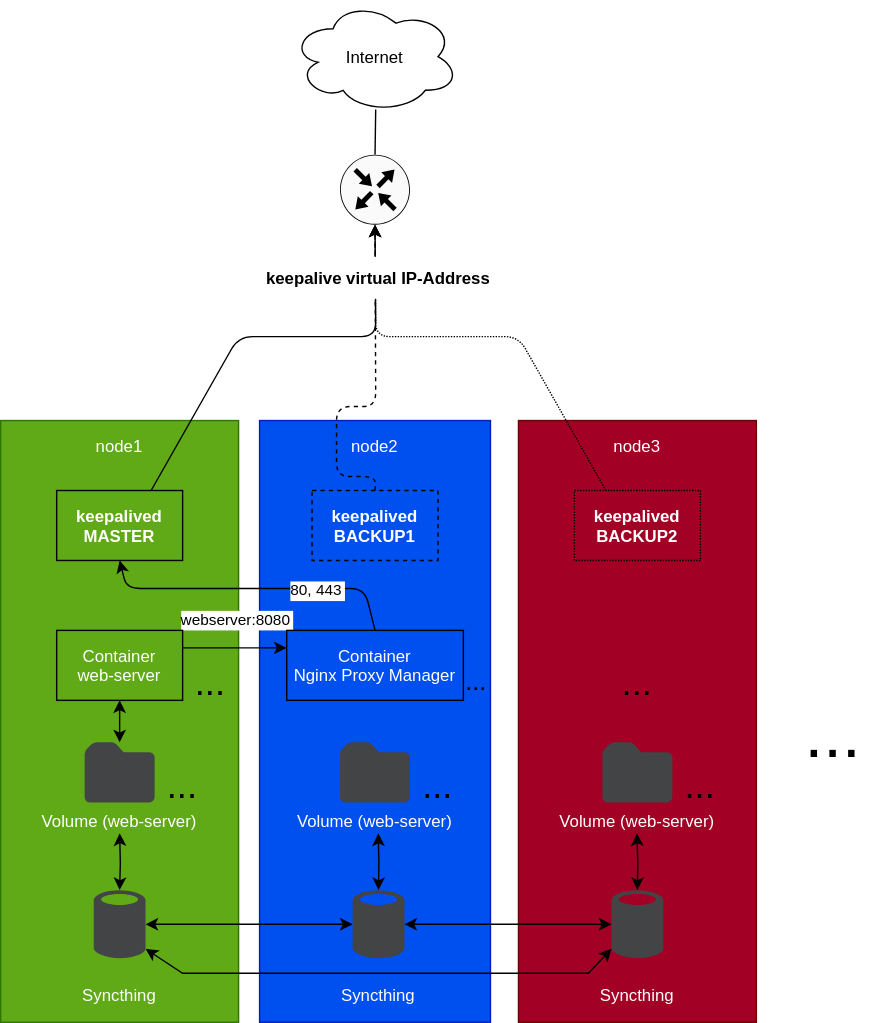
The draw.io diagram pictures/topology.svg in SuitDeer/SwarmPilot, before a commit. Source tidied: cells renumbered, new cells last; positions are measured from the earlier drawing's top-left corner, leaving out a move shared by most shapes.
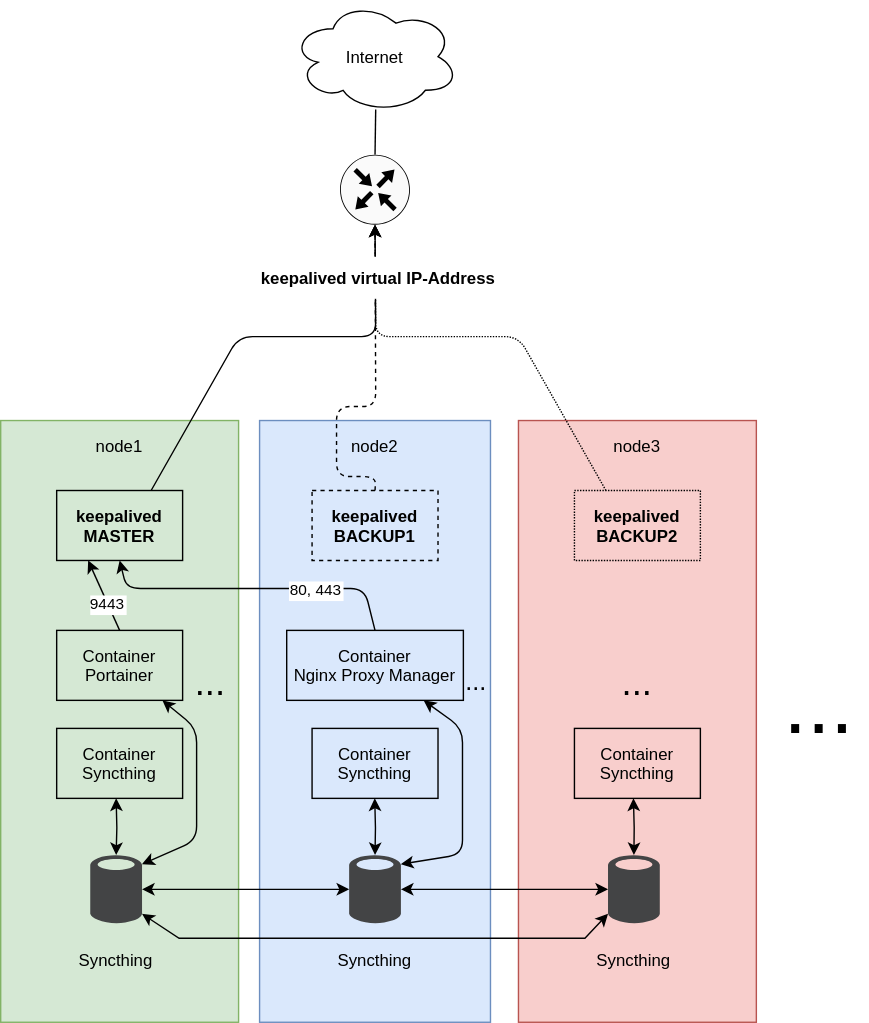
After the commit.

Change to the diagram source:
```diff
@@ -8,51 +8,36 @@
     <mxCell id="3" style="edgeStyle=none;entryX=0.504;entryY=0.971;entryDx=0;entryDy=0;entryPerimeter=0;endArrow=none;endFill=0;exitX=0.5;exitY=0;exitDx=0;exitDy=0;exitPerimeter=0;" parent="1" edge="1" source="38" target="2">
       <mxGeometry relative="1" as="geometry" />
     </mxCell>
-    <mxCell id="4" value="node1" style="rounded=0;fillColor=#60a917;strokeColor=#2D7600;fontColor=#ffffff;verticalAlign=top;spacingTop=5;" parent="1" vertex="1">
+    <mxCell id="4" value="node1" style="rounded=0;fillColor=#d5e8d4;strokeColor=#82b366;verticalAlign=top;spacingTop=5;fontColor=#000000;" parent="1" vertex="1">
       <mxGeometry y="300" width="170" height="430" as="geometry" />
     </mxCell>
-    <mxCell id="5" value="node2" style="rounded=0;verticalAlign=top;fillColor=#0050ef;fontColor=#ffffff;strokeColor=#001DBC;spacingTop=5;" parent="1" vertex="1">
+    <mxCell id="5" value="node2" style="rounded=0;verticalAlign=top;fillColor=#dae8fc;strokeColor=#6c8ebf;spacingTop=5;fontColor=#000000;" parent="1" vertex="1">
       <mxGeometry x="185" y="300" width="165" height="430" as="geometry" />
     </mxCell>
-    <mxCell id="6" value="node3" style="rounded=0;fillColor=#a20025;strokeColor=#6F0000;fontColor=#ffffff;verticalAlign=top;spacingTop=5;" parent="1" vertex="1">
+    <mxCell id="6" value="node3" style="rounded=0;fillColor=#f8cecc;strokeColor=#b85450;verticalAlign=top;spacingTop=5;fontColor=#000000;" parent="1" vertex="1">
       <mxGeometry x="370" y="300" width="170" height="430" as="geometry" />
     </mxCell>
-    <mxCell id="7" style="edgeStyle=entityRelationEdgeStyle;exitX=1;exitY=0.25;exitDx=0;exitDy=0;entryX=0;entryY=0.25;entryDx=0;entryDy=0;fontColor=#000000;startArrow=none;startFill=0;endArrow=classic;endFill=1;strokeColor=#000000;" parent="1" edge="1" source="9" target="13">
+    <mxCell id="7" style="exitX=0.5;exitY=0;exitDx=0;exitDy=0;entryX=0.25;entryY=1;entryDx=0;entryDy=0;fontColor=#000000;startArrow=none;startFill=0;endArrow=classic;endFill=1;strokeColor=#000000;" parent="1" edge="1" source="9" target="32">
       <mxGeometry relative="1" as="geometry" />
     </mxCell>
-    <mxCell id="8" value="webserver:8080" style="edgeLabel;align=center;verticalAlign=middle;fontColor=#000000;" parent="7" vertex="1">
+    <mxCell id="8" value="9443" style="edgeLabel;align=center;verticalAlign=middle;fontColor=#000000;" parent="7" vertex="1">
       <mxGeometry relative="1" as="geometry">
-        <mxPoint y="-21" as="offset" />
+        <mxPoint x="2" y="5" as="offset" />
       </mxGeometry>
     </mxCell>
-    <mxCell id="9" value="Container&#10;web-server" style="rounded=0;verticalAlign=middle;fontColor=#ffffff;fillColor=none;" parent="1" vertex="1">
+    <mxCell id="9" value="Container&#10;Portainer" style="rounded=0;verticalAlign=middle;fontColor=#000000;fillColor=none;" parent="1" vertex="1">
       <mxGeometry x="40" y="450" width="90" height="50" as="geometry" />
     </mxCell>
-    <mxCell id="10" style="edgeStyle=none;entryX=0.5;entryY=1;entryDx=0;entryDy=0;startArrow=classic;startFill=1;endArrow=classic;endFill=1;" parent="1" edge="1" source="11" target="9">
-      <mxGeometry relative="1" as="geometry" />
-    </mxCell>
-    <mxCell id="11" value="Volume (web-server)" style="shadow=0;dashed=0;strokeColor=none;labelPosition=center;verticalLabelPosition=bottom;verticalAlign=top;align=center;shape=mxgraph.mscae.enterprise.folder;fillColor=#434445;fontColor=#FFFFFF;" parent="1" vertex="1">
-      <mxGeometry x="60" y="530" width="50" height="43" as="geometry" />
-    </mxCell>
-    <mxCell id="12" value="..." style="text;strokeColor=none;fillColor=none;align=center;verticalAlign=middle;rounded=0;labelBackgroundColor=none;fontSize=26;" parent="1" vertex="1">
-      <mxGeometry x="110" y="543" width="40" height="30" as="geometry" />
-    </mxCell>
-    <mxCell id="13" value="Container&#10;Nginx Proxy Manager" style="rounded=0;verticalAlign=middle;fontColor=#ffffff;fillColor=none;" parent="1" vertex="1">
+    <mxCell id="13" value="Container&#10;Nginx Proxy Manager" style="rounded=0;verticalAlign=middle;fontColor=#000000;fillColor=none;" parent="1" vertex="1">
       <mxGeometry x="204.4" y="450" width="126.2" height="50" as="geometry" />
     </mxCell>
-    <mxCell id="14" value="Volume (web-server)" style="shadow=0;dashed=0;strokeColor=none;labelPosition=center;verticalLabelPosition=bottom;verticalAlign=top;align=center;shape=mxgraph.mscae.enterprise.folder;fillColor=#434445;fontColor=#FFFFFF;" parent="1" vertex="1">
-      <mxGeometry x="242.5" y="530" width="50" height="43" as="geometry" />
-    </mxCell>
-    <mxCell id="15" value="..." style="text;strokeColor=none;fillColor=none;align=center;verticalAlign=middle;rounded=0;labelBackgroundColor=none;fontSize=26;" parent="1" vertex="1">
-      <mxGeometry x="292.5" y="543" width="40" height="30" as="geometry" />
-    </mxCell>
-    <mxCell id="16" value="..." style="text;strokeColor=none;fillColor=none;align=center;verticalAlign=middle;rounded=0;labelBackgroundColor=none;fontSize=26;" parent="1" vertex="1">
+    <mxCell id="16" value="..." style="text;strokeColor=none;fillColor=none;align=center;verticalAlign=middle;rounded=0;labelBackgroundColor=none;fontSize=26;fontColor=#000000;" parent="1" vertex="1">
       <mxGeometry x="130" y="470" width="40" height="30" as="geometry" />
     </mxCell>
-    <mxCell id="17" value="..." style="text;strokeColor=none;fillColor=none;align=center;verticalAlign=middle;rounded=0;labelBackgroundColor=none;fontSize=18;" parent="1" vertex="1">
+    <mxCell id="17" value="..." style="text;strokeColor=none;fillColor=none;align=center;verticalAlign=middle;rounded=0;labelBackgroundColor=none;fontSize=18;fontColor=#000000;" parent="1" vertex="1">
       <mxGeometry x="320" y="470" width="40" height="30" as="geometry" />
     </mxCell>
-    <mxCell id="18" style="endArrow=classic;fontColor=#FFFFFF;strokeColor=#000000;exitX=0.5;exitY=0;exitDx=0;exitDy=0;rounded=1;jumpStyle=arc;entryX=0.5;entryY=1;entryDx=0;entryDy=0;" parent="1" edge="1" source="13" target="32">
+    <mxCell id="18" style="endArrow=classic;fontColor=#000000;strokeColor=#000000;exitX=0.5;exitY=0;exitDx=0;exitDy=0;rounded=1;jumpStyle=arc;entryX=0.5;entryY=1;entryDx=0;entryDy=0;" parent="1" edge="1" source="13" target="32">
       <mxGeometry relative="1" as="geometry">
         <Array as="points">
           <mxPoint x="260" y="420" />
@@ -60,65 +45,59 @@
         </Array>
       </mxGeometry>
     </mxCell>
-    <mxCell id="19" value="80, 443" style="edgeLabel;align=center;verticalAlign=middle;labelBackgroundColor=default;" parent="18" vertex="1">
+    <mxCell id="19" value="80, 443" style="edgeLabel;align=center;verticalAlign=middle;labelBackgroundColor=default;fontColor=#000000;" parent="18" vertex="1">
       <mxGeometry x="0.62" y="3" relative="1" as="geometry">
         <mxPoint x="113" y="-3" as="offset" />
       </mxGeometry>
     </mxCell>
-    <mxCell id="20" style="rounded=0;entryX=0;entryY=0.5;entryDx=0;entryDy=0;startArrow=classic;startFill=1;endArrow=classic;endFill=1;exitX=1;exitY=0.5;exitDx=0;exitDy=0;exitPerimeter=0;entryPerimeter=0;" parent="1" edge="1" source="29" target="31">
+    <mxCell id="20" style="rounded=0;entryX=0;entryY=0.5;entryDx=0;entryDy=0;startArrow=classic;startFill=1;endArrow=classic;endFill=1;exitX=1;exitY=0.5;exitDx=0;exitDy=0;exitPerimeter=0;entryPerimeter=0;fontColor=#000000;" parent="1" edge="1" source="29" target="31">
       <mxGeometry relative="1" as="geometry" />
     </mxCell>
-    <mxCell id="21" style="rounded=0;entryX=0;entryY=0.5;entryDx=0;entryDy=0;startArrow=classic;startFill=1;endArrow=classic;endFill=1;exitX=1;exitY=0.5;exitDx=0;exitDy=0;exitPerimeter=0;entryPerimeter=0;" parent="1" edge="1" source="30" target="29">
+    <mxCell id="21" style="rounded=0;entryX=0;entryY=0.5;entryDx=0;entryDy=0;startArrow=classic;startFill=1;endArrow=classic;endFill=1;exitX=1;exitY=0.5;exitDx=0;exitDy=0;exitPerimeter=0;entryPerimeter=0;fontColor=#000000;" parent="1" edge="1" source="30" target="29">
       <mxGeometry relative="1" as="geometry" />
     </mxCell>
-    <mxCell id="22" value="Volume (web-server)" style="shadow=0;dashed=0;strokeColor=none;labelPosition=center;verticalLabelPosition=bottom;verticalAlign=top;align=center;shape=mxgraph.mscae.enterprise.folder;fillColor=#434445;fontColor=#FFFFFF;" parent="1" vertex="1">
-      <mxGeometry x="430" y="530" width="50" height="43" as="geometry" />
-    </mxCell>
-    <mxCell id="23" value="..." style="text;strokeColor=none;fillColor=none;align=center;verticalAlign=middle;rounded=0;labelBackgroundColor=none;fontSize=26;" parent="1" vertex="1">
+    <mxCell id="23" value="..." style="text;strokeColor=none;fillColor=none;align=center;verticalAlign=middle;rounded=0;labelBackgroundColor=none;fontSize=26;fontColor=#000000;" parent="1" vertex="1">
       <mxGeometry x="435" y="470" width="40" height="30" as="geometry" />
     </mxCell>
-    <mxCell id="24" value="..." style="text;strokeColor=none;fillColor=none;align=center;verticalAlign=middle;rounded=0;labelBackgroundColor=none;fontSize=26;" parent="1" vertex="1">
-      <mxGeometry x="480" y="543" width="40" height="30" as="geometry" />
-    </mxCell>
-    <mxCell id="25" style="edgeStyle=orthogonalEdgeStyle;rounded=0;jettySize=auto;html=1;entryX=0.5;entryY=0.01;entryDx=0;entryDy=0;entryPerimeter=0;startArrow=classic;startFill=1;" parent="1" edge="1" target="30">
+    <mxCell id="25" style="edgeStyle=orthogonalEdgeStyle;rounded=0;jettySize=auto;html=1;entryX=0.5;entryY=0.01;entryDx=0;entryDy=0;entryPerimeter=0;startArrow=classic;startFill=1;fontColor=#000000;" parent="1" edge="1" target="30">
       <mxGeometry relative="1" as="geometry">
-        <mxPoint x="85" y="595" as="sourcePoint" />
+        <mxPoint x="82.5" y="570" as="sourcePoint" />
       </mxGeometry>
     </mxCell>
-    <mxCell id="26" style="rounded=0;entryX=0;entryY=0.85;entryDx=0;entryDy=0;startArrow=classic;startFill=1;endArrow=classic;endFill=1;exitX=1;exitY=0.85;exitDx=0;exitDy=0;exitPerimeter=0;entryPerimeter=0;jumpStyle=none;" parent="1" edge="1" source="30" target="31">
+    <mxCell id="26" style="rounded=0;entryX=0;entryY=0.85;entryDx=0;entryDy=0;startArrow=classic;startFill=1;endArrow=classic;endFill=1;exitX=1;exitY=0.85;exitDx=0;exitDy=0;exitPerimeter=0;entryPerimeter=0;jumpStyle=none;fontColor=#000000;" parent="1" edge="1" source="30" target="31">
       <mxGeometry relative="1" as="geometry">
         <Array as="points">
-          <mxPoint x="130" y="695" />
-          <mxPoint x="420" y="695" />
+          <mxPoint x="127.5" y="670" />
+          <mxPoint x="417.5" y="670" />
         </Array>
       </mxGeometry>
     </mxCell>
-    <mxCell id="27" style="edgeStyle=orthogonalEdgeStyle;rounded=0;jettySize=auto;html=1;entryX=0.5;entryY=0.01;entryDx=0;entryDy=0;entryPerimeter=0;startArrow=classic;startFill=1;" parent="1" edge="1" target="29">
+    <mxCell id="27" style="edgeStyle=orthogonalEdgeStyle;rounded=0;jettySize=auto;html=1;entryX=0.5;entryY=0.01;entryDx=0;entryDy=0;entryPerimeter=0;startArrow=classic;startFill=1;fontColor=#000000;" parent="1" edge="1" target="29">
       <mxGeometry relative="1" as="geometry">
-        <mxPoint x="269.8" y="595" as="sourcePoint" />
+        <mxPoint x="267.3" y="570" as="sourcePoint" />
       </mxGeometry>
     </mxCell>
-    <mxCell id="28" style="edgeStyle=orthogonalEdgeStyle;rounded=0;jettySize=auto;html=1;entryX=0.5;entryY=0.01;entryDx=0;entryDy=0;entryPerimeter=0;startArrow=classic;startFill=1;" parent="1" edge="1" target="31">
+    <mxCell id="28" style="edgeStyle=orthogonalEdgeStyle;rounded=0;jettySize=auto;html=1;entryX=0.5;entryY=0.01;entryDx=0;entryDy=0;entryPerimeter=0;startArrow=classic;startFill=1;fontColor=#000000;" parent="1" edge="1" target="31">
       <mxGeometry relative="1" as="geometry">
-        <mxPoint x="454.7" y="595" as="sourcePoint" />
+        <mxPoint x="452.2" y="570" as="sourcePoint" />
       </mxGeometry>
     </mxCell>
-    <mxCell id="29" value="Syncthing" style="shadow=0;dashed=0;strokeColor=none;labelPosition=center;verticalLabelPosition=bottom;verticalAlign=middle;align=center;shape=mxgraph.mscae.enterprise.database_generic;fillColor=#434445;fontColor=#FFFFFF;" parent="1" vertex="1">
-      <mxGeometry x="251.5" y="635" width="37" height="50" as="geometry" />
+    <mxCell id="29" value="Syncthing" style="shadow=0;dashed=0;strokeColor=none;labelPosition=center;verticalLabelPosition=bottom;verticalAlign=middle;align=center;shape=mxgraph.mscae.enterprise.database_generic;fillColor=#434445;fontColor=#000000;" parent="1" vertex="1">
+      <mxGeometry x="249" y="610" width="37" height="50" as="geometry" />
     </mxCell>
-    <mxCell id="30" value="Syncthing" style="shadow=0;dashed=0;strokeColor=none;labelPosition=center;verticalLabelPosition=bottom;verticalAlign=middle;align=center;shape=mxgraph.mscae.enterprise.database_generic;fillColor=#434445;fontColor=#FFFFFF;" parent="1" vertex="1">
-      <mxGeometry x="66.5" y="635" width="37" height="50" as="geometry" />
+    <mxCell id="30" value="Syncthing" style="shadow=0;dashed=0;strokeColor=none;labelPosition=center;verticalLabelPosition=bottom;verticalAlign=middle;align=center;shape=mxgraph.mscae.enterprise.database_generic;fillColor=#434445;fontColor=#000000;" parent="1" vertex="1">
+      <mxGeometry x="64" y="610" width="37" height="50" as="geometry" />
     </mxCell>
-    <mxCell id="31" value="Syncthing" style="shadow=0;dashed=0;strokeColor=none;labelPosition=center;verticalLabelPosition=bottom;verticalAlign=middle;align=center;shape=mxgraph.mscae.enterprise.database_generic;fillColor=#434445;fontColor=#FFFFFF;" parent="1" vertex="1">
-      <mxGeometry x="436.5" y="635" width="37" height="50" as="geometry" />
+    <mxCell id="31" value="Syncthing" style="shadow=0;dashed=0;strokeColor=none;labelPosition=center;verticalLabelPosition=bottom;verticalAlign=middle;align=center;shape=mxgraph.mscae.enterprise.database_generic;fillColor=#434445;fontColor=#000000;" parent="1" vertex="1">
+      <mxGeometry x="434" y="610" width="37" height="50" as="geometry" />
     </mxCell>
-    <mxCell id="32" value="keepalived&#10;MASTER" style="rounded=0;verticalAlign=middle;fontColor=#ffffff;fillColor=none;fontStyle=1;" parent="1" vertex="1">
+    <mxCell id="32" value="keepalived&#10;MASTER" style="rounded=0;verticalAlign=middle;fontColor=#000000;fillColor=none;fontStyle=1;" parent="1" vertex="1">
       <mxGeometry x="40" y="350" width="90" height="50" as="geometry" />
     </mxCell>
-    <mxCell id="33" value="keepalived&#10;BACKUP1" style="rounded=0;verticalAlign=middle;fontColor=#ffffff;fillColor=none;fontStyle=1;dashed=1;" parent="1" vertex="1">
+    <mxCell id="33" value="keepalived&#10;BACKUP1" style="rounded=0;verticalAlign=middle;fontColor=#000000;fillColor=none;fontStyle=1;dashed=1;" parent="1" vertex="1">
       <mxGeometry x="222.5" y="350" width="90" height="50" as="geometry" />
     </mxCell>
-    <mxCell id="34" value="keepalived&#10;BACKUP2" style="rounded=0;verticalAlign=middle;fontColor=#ffffff;fillColor=none;fontStyle=1;dashed=1;dashPattern=1 1;" parent="1" vertex="1">
+    <mxCell id="34" value="keepalived&#10;BACKUP2" style="rounded=0;verticalAlign=middle;fontColor=#000000;fillColor=none;fontStyle=1;dashed=1;dashPattern=1 1;" parent="1" vertex="1">
       <mxGeometry x="410" y="350" width="90" height="50" as="geometry" />
     </mxCell>
     <mxCell id="35" style="rounded=1;jettySize=auto;html=1;exitX=0.5;exitY=0;exitDx=0;exitDy=0;jumpStyle=none;curved=0;dashed=1;entryX=0.5;entryY=1;entryDx=0;entryDy=0;entryPerimeter=0;" parent="1" edge="1" source="33" target="38">
@@ -150,11 +129,36 @@
     <mxCell id="38" style="sketch=0;points=[[0.5,0,0],[1,0.5,0],[0.5,1,0],[0,0.5,0],[0.145,0.145,0],[0.8555,0.145,0],[0.855,0.8555,0],[0.145,0.855,0]];verticalLabelPosition=bottom;html=1;verticalAlign=top;align=center;shape=mxgraph.cisco19.rect;prIcon=router;fillColor=#FAFAFA;strokeColor=#000000;strokeWidth=1;" parent="1" vertex="1">
       <mxGeometry x="242.5" y="110" width="50" height="50" as="geometry" />
     </mxCell>
-    <mxCell id="39" value="keepalive virtual IP-Address" style="text;align=center;verticalAlign=middle;strokeColor=none;fillColor=default;fontStyle=1;" parent="1" vertex="1">
-      <mxGeometry x="185" y="183" width="170" height="30" as="geometry" />
+    <mxCell id="39" value="keepalived virtual IP-Address" style="text;align=center;verticalAlign=middle;strokeColor=none;fillColor=default;fontStyle=1;fontColor=#000000;" parent="1" vertex="1">
+      <mxGeometry x="180" y="183" width="180" height="30" as="geometry" />
     </mxCell>
-    <mxCell id="40" value="..." style="text;strokeColor=none;fillColor=none;align=center;verticalAlign=middle;rounded=0;labelBackgroundColor=none;fontSize=48;" parent="1" vertex="1">
-      <mxGeometry x="560" y="493" width="70" height="50" as="geometry" />
+    <mxCell id="40" value="..." style="text;strokeColor=none;fillColor=none;align=center;verticalAlign=middle;rounded=0;labelBackgroundColor=none;fontSize=60;fontColor=#000000;" parent="1" vertex="1">
+      <mxGeometry x="550" y="470" width="70" height="50" as="geometry" />
     </mxCell>
+    <mxCell id="41" value="Container&#10;Syncthing" style="rounded=0;verticalAlign=middle;fontColor=#000000;fillColor=none;" parent="1" vertex="1">
+      <mxGeometry x="40" y="520" width="90" height="50" as="geometry" />
+    </mxCell>
+    <mxCell id="42" value="Container&#10;Syncthing" style="rounded=0;verticalAlign=middle;fontColor=#000000;fillColor=none;" parent="1" vertex="1">
+      <mxGeometry x="222.5" y="520" width="90" height="50" as="geometry" />
+    </mxCell>
+    <mxCell id="43" value="Container&#10;Syncthing" style="rounded=0;verticalAlign=middle;fontColor=#000000;fillColor=none;" parent="1" vertex="1">
+      <mxGeometry x="410" y="520" width="90" height="50" as="geometry" />
+    </mxCell>
+    <mxCell id="44" style="edgeStyle=none;html=1;entryX=1;entryY=0.14;entryDx=0;entryDy=0;entryPerimeter=0;startArrow=classic;startFill=1;fontColor=#000000;" parent="1" edge="1" source="13" target="29">
+      <mxGeometry relative="1" as="geometry">
+        <Array as="points">
+          <mxPoint x="330" y="520" />
+          <mxPoint x="330" y="610" />
+        </Array>
+      </mxGeometry>
+    </mxCell>
+    <mxCell id="45" style="edgeStyle=none;html=1;entryX=1;entryY=0.14;entryDx=0;entryDy=0;entryPerimeter=0;startArrow=classic;startFill=1;fontColor=#000000;" parent="1" edge="1" source="9" target="30">
+      <mxGeometry relative="1" as="geometry">
+        <Array as="points">
+          <mxPoint x="140" y="520" />
+          <mxPoint x="140" y="600" />
+        </Array>
+      </mxGeometry>
+    </mxCell>
   </root>
 </mxGraphModel>
```
